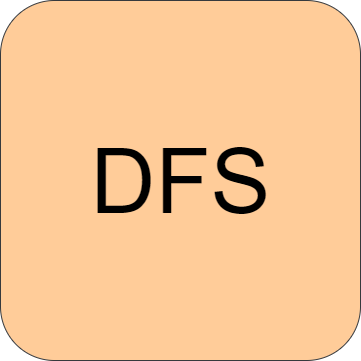
Before: Rush Hour Main/assets/AlgorithmButtons/DFS(B).png, a diagram exported from draw.io (zintom69/Game-Rush-Hour). Source tidied: cells renumbered, new cells last; positions are measured from the earlier drawing's top-left corner, leaving out a move shared by most shapes. Source of this version:
```xml
<mxGraphModel>
  <root>
    <mxCell id="0" />
    <mxCell id="1" parent="0" />
    <mxCell id="2" value="&lt;span style=&quot;font-size: 90px;&quot;&gt;DFS&lt;/span&gt;" style="rounded=1;whiteSpace=wrap;html=1;fillColor=#ffcc99;strokeColor=#36393d;" parent="1" vertex="1">
      <mxGeometry width="360" height="360" as="geometry" />
    </mxCell>
  </root>
</mxGraphModel>
```
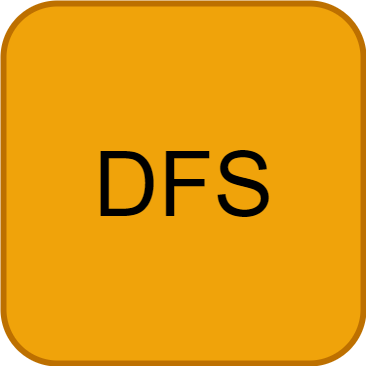
Above is the later version.

The edit, as a diff of the source:
```diff
@@ -2,7 +2,7 @@
   <root>
     <mxCell id="0" />
     <mxCell id="1" parent="0" />
-    <mxCell id="2" value="&lt;span style=&quot;font-size: 90px;&quot;&gt;DFS&lt;/span&gt;" style="rounded=1;whiteSpace=wrap;html=1;fillColor=#ffcc99;strokeColor=#36393d;" parent="1" vertex="1">
+    <mxCell id="2" value="&lt;font style=&quot;font-size: 90px;&quot;&gt;DFS&lt;/font&gt;" style="rounded=1;whiteSpace=wrap;html=1;fillColor=#f0a30a;strokeColor=#BD7000;strokeWidth=6;fontColor=#000000;" parent="1" vertex="1">
       <mxGeometry width="360" height="360" as="geometry" />
     </mxCell>
   </root>
```
